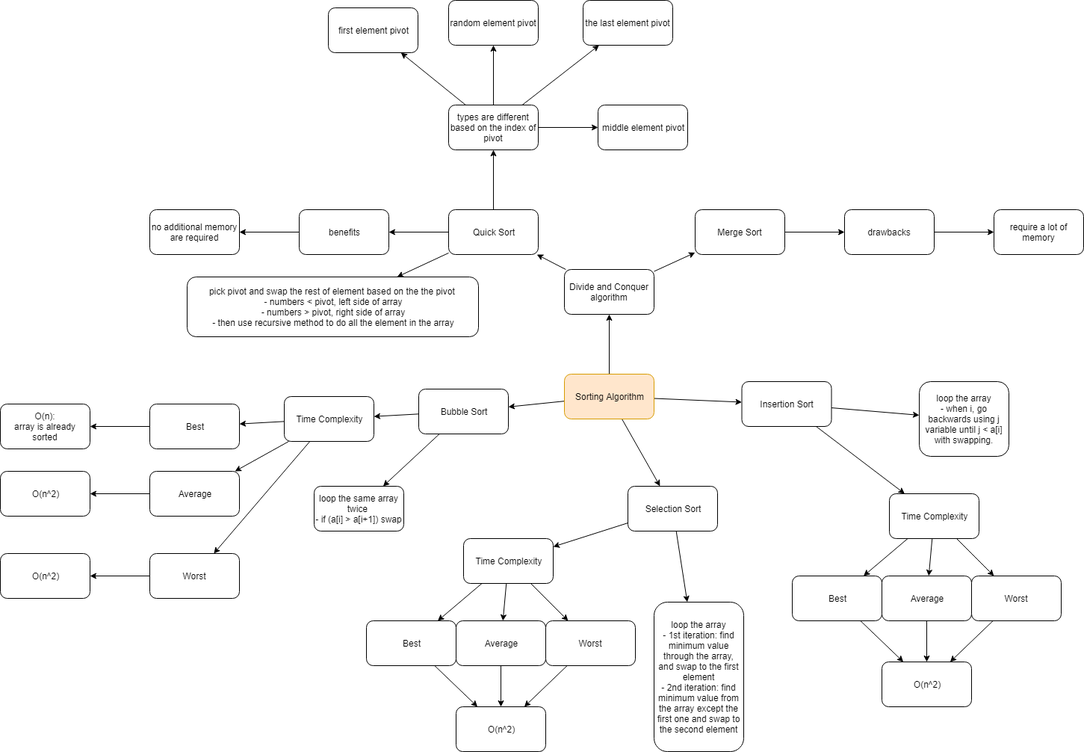
Before: Sorting_Algorithm.PNG, a diagram exported from draw.io (stsiwo/data_structures_and_algorithm). Source tidied: cells renumbered, new cells last; positions are measured from the earlier drawing's top-left corner, leaving out a move shared by most shapes.
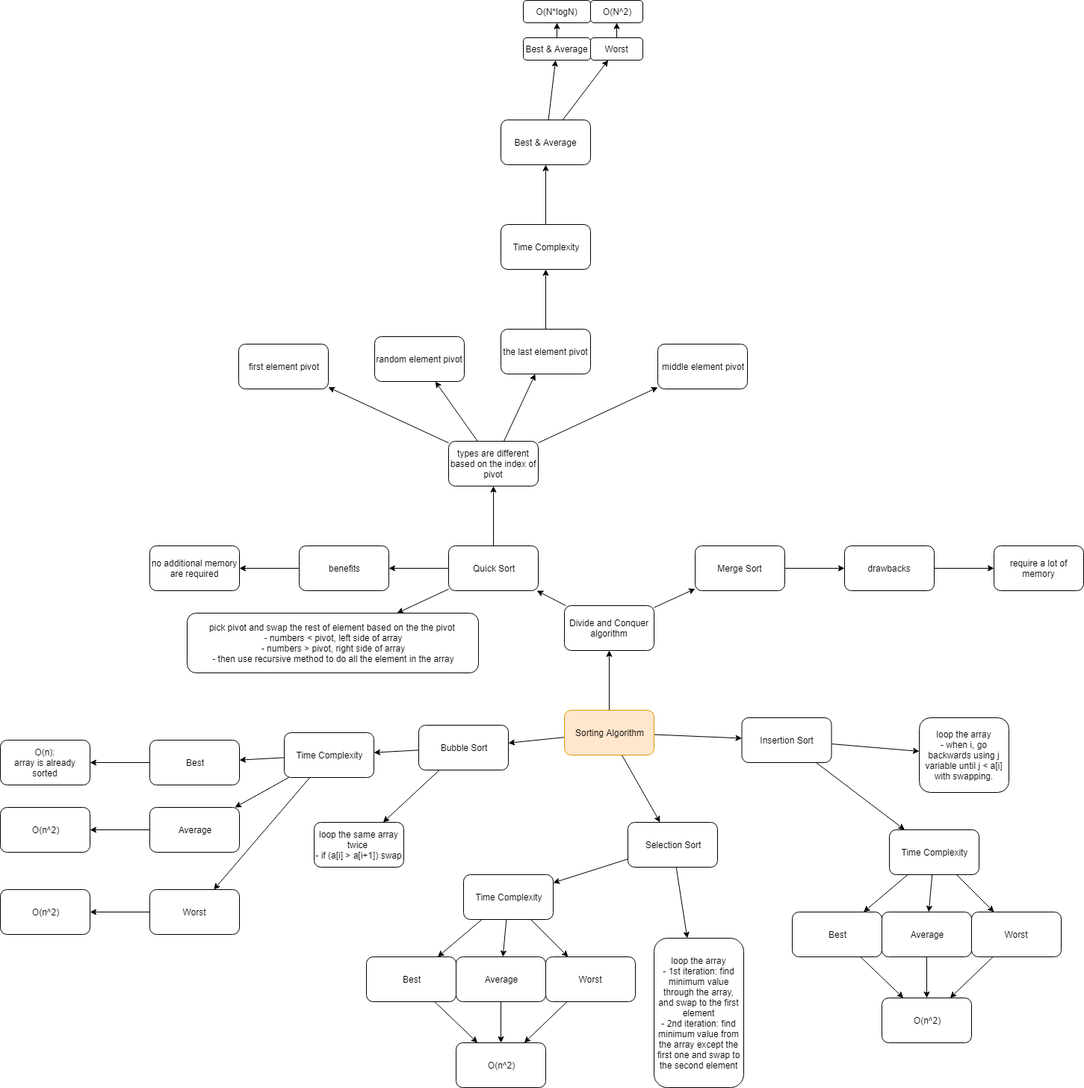
After the change.

Diff of the diagram source:
```diff
@@ -72,16 +72,52 @@
       <mxGeometry x="600" y="140" width="120" height="60" as="geometry" />
     </mxCell>
     <mxCell id="25" value="middle element pivot" style="rounded=1;whiteSpace=wrap;html=1;" parent="1" vertex="1">
-      <mxGeometry x="800" y="140" width="120" height="60" as="geometry" />
+      <mxGeometry x="880" y="10" width="120" height="60" as="geometry" />
     </mxCell>
+    <mxCell id="82" style="edgeStyle=none;rounded=0;jettySize=auto;html=1;" parent="1" edge="1" source="26" target="84">
+      <mxGeometry relative="1" as="geometry" />
+    </mxCell>
     <mxCell id="26" value="the last element pivot" style="rounded=1;whiteSpace=wrap;html=1;" parent="1" vertex="1">
-      <mxGeometry x="780" width="120" height="60" as="geometry" />
+      <mxGeometry x="670" y="-10" width="120" height="60" as="geometry" />
     </mxCell>
+    <mxCell id="83" style="edgeStyle=none;rounded=0;jettySize=auto;html=1;" parent="1" edge="1" source="84" target="87">
+      <mxGeometry relative="1" as="geometry" />
+    </mxCell>
+    <mxCell id="84" value="Time Complexity" style="rounded=1;whiteSpace=wrap;html=1;" parent="1" vertex="1">
+      <mxGeometry x="670" y="-150" width="120" height="60" as="geometry" />
+    </mxCell>
+    <mxCell id="85" style="edgeStyle=none;rounded=0;jettySize=auto;html=1;" parent="1" edge="1" source="87" target="92">
+      <mxGeometry relative="1" as="geometry" />
+    </mxCell>
+    <mxCell id="86" style="edgeStyle=none;rounded=0;jettySize=auto;html=1;" parent="1" edge="1" source="87" target="89">
+      <mxGeometry relative="1" as="geometry" />
+    </mxCell>
+    <mxCell id="87" value="Best &amp;amp; Average" style="rounded=1;whiteSpace=wrap;html=1;" parent="1" vertex="1">
+      <mxGeometry x="670" y="-290" width="120" height="60" as="geometry" />
+    </mxCell>
+    <mxCell id="88" style="edgeStyle=none;rounded=0;jettySize=auto;html=1;" parent="1" edge="1" source="89" target="90">
+      <mxGeometry relative="1" as="geometry" />
+    </mxCell>
+    <mxCell id="89" value="Worst" style="rounded=1;whiteSpace=wrap;html=1;" parent="1" vertex="1">
+      <mxGeometry x="790" y="-400" width="70" height="30" as="geometry" />
+    </mxCell>
+    <mxCell id="90" value="O(N^2)" style="rounded=1;whiteSpace=wrap;html=1;" parent="1" vertex="1">
+      <mxGeometry x="790" y="-450" width="70" height="30" as="geometry" />
+    </mxCell>
+    <mxCell id="91" style="edgeStyle=none;rounded=0;jettySize=auto;html=1;" parent="1" edge="1" source="92" target="93">
+      <mxGeometry relative="1" as="geometry" />
+    </mxCell>
+    <mxCell id="92" value="Best &amp;amp; Average" style="rounded=1;whiteSpace=wrap;html=1;" parent="1" vertex="1">
+      <mxGeometry x="700" y="-400" width="90" height="30" as="geometry" />
+    </mxCell>
+    <mxCell id="93" value="O(N*logN)" style="rounded=1;whiteSpace=wrap;html=1;" parent="1" vertex="1">
+      <mxGeometry x="700" y="-450" width="90" height="30" as="geometry" />
+    </mxCell>
     <mxCell id="27" value="random element pivot" style="rounded=1;whiteSpace=wrap;html=1;" parent="1" vertex="1">
-      <mxGeometry x="600" width="120" height="60" as="geometry" />
+      <mxGeometry x="501" width="120" height="60" as="geometry" />
     </mxCell>
     <mxCell id="28" value="first element pivot" style="rounded=1;whiteSpace=wrap;html=1;" parent="1" vertex="1">
-      <mxGeometry x="439" y="10" width="120" height="60" as="geometry" />
+      <mxGeometry x="319" y="10" width="120" height="60" as="geometry" />
     </mxCell>
     <mxCell id="29" style="edgeStyle=none;rounded=0;jettySize=auto;html=1;" parent="1" edge="1" source="30" target="31">
       <mxGeometry relative="1" as="geometry" />
```
